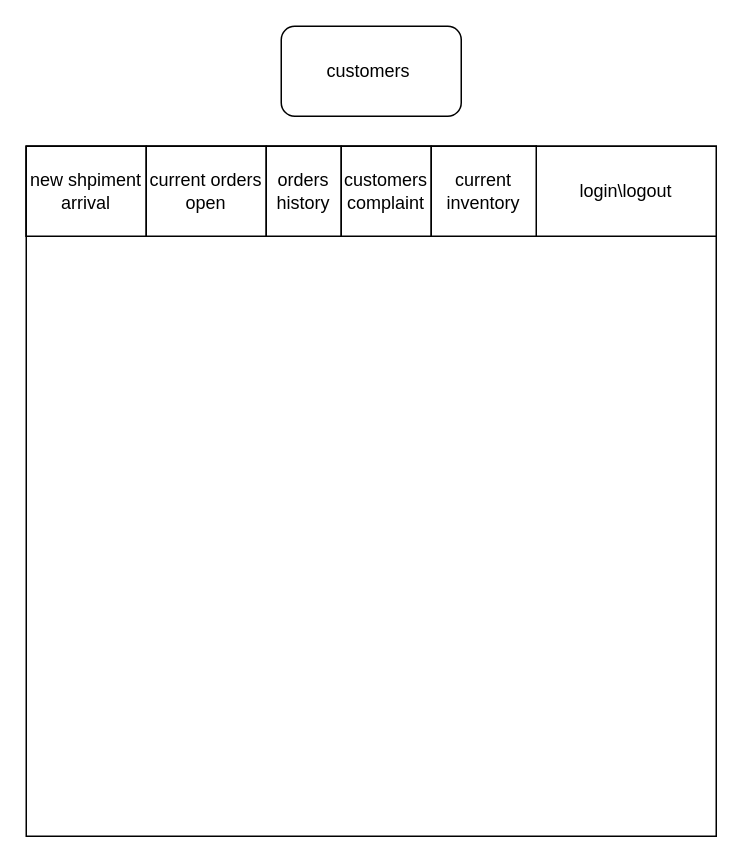
Before: page "index design-admin" (2 of 14) of Untitled Diagram.drawio in orber3/bootstrap, a draw.io diagram. Source tidied: cells renumbered, new cells numbered last; positions are measured from the earlier drawing's top-left corner, leaving out a move shared by most shapes. Both pictures are drawn from the tidied source at 150%, with x=0, y=0 at pixel (26, 26).
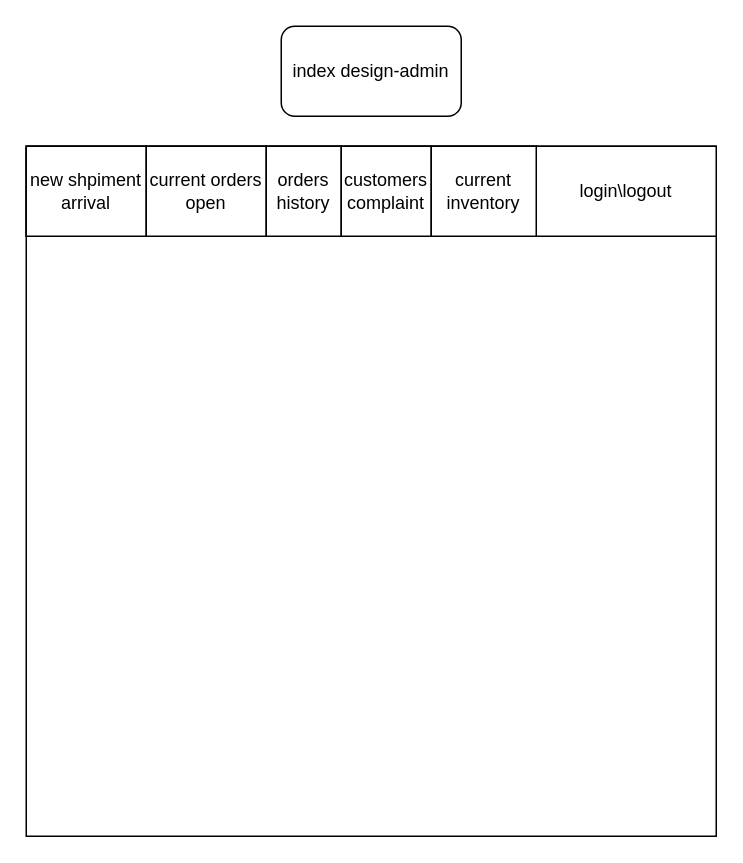
The same diagram, later.

What changed in the source:
```diff
@@
 <mxGraphModel>
   <root>
     <mxCell id="0" />
     <mxCell id="1" parent="0" />
     <mxCell id="2" style="whiteSpace=wrap;html=1;" parent="1" vertex="1">
       <mxGeometry y="80" width="460" height="460" as="geometry" />
     </mxCell>
     <mxCell id="3" value="login\logout" style="rounded=0;whiteSpace=wrap;html=1;" parent="1" vertex="1">
       <mxGeometry x="340" y="80" width="120" height="60" as="geometry" />
     </mxCell>
     <mxCell id="4" style="rounded=0;whiteSpace=wrap;html=1;" parent="1" vertex="1">
       <mxGeometry y="80" width="340" height="60" as="geometry" />
     </mxCell>
     <mxCell id="5" value="new shpiment arrival" style="rounded=0;whiteSpace=wrap;html=1;" parent="1" vertex="1">
       <mxGeometry y="80" width="80" height="60" as="geometry" />
     </mxCell>
     <mxCell id="6" value="current orders open" style="rounded=0;whiteSpace=wrap;html=1;" parent="1" vertex="1">
       <mxGeometry x="80" y="80" width="80" height="60" as="geometry" />
     </mxCell>
     <mxCell id="7" value="orders history" style="rounded=0;whiteSpace=wrap;html=1;" parent="1" vertex="1">
       <mxGeometry x="160" y="80" width="50" height="60" as="geometry" />
     </mxCell>
-    <mxCell id="8" value="customers&amp;nbsp;" style="rounded=1;whiteSpace=wrap;html=1;" parent="1" vertex="1">
+    <mxCell id="8" value="index design-admin" style="rounded=1;whiteSpace=wrap;html=1;" parent="1" vertex="1">
       <mxGeometry x="170" width="120" height="60" as="geometry" />
     </mxCell>
     <mxCell id="9" value="customers complaint" style="rounded=0;whiteSpace=wrap;html=1;" parent="1" vertex="1">
       <mxGeometry x="210" y="80" width="60" height="60" as="geometry" />
     </mxCell>
     <mxCell id="10" value="current inventory" style="rounded=0;whiteSpace=wrap;html=1;" parent="1" vertex="1">
       <mxGeometry x="270" y="80" width="70" height="60" as="geometry" />
     </mxCell>
   </root>
 </mxGraphModel>
```
